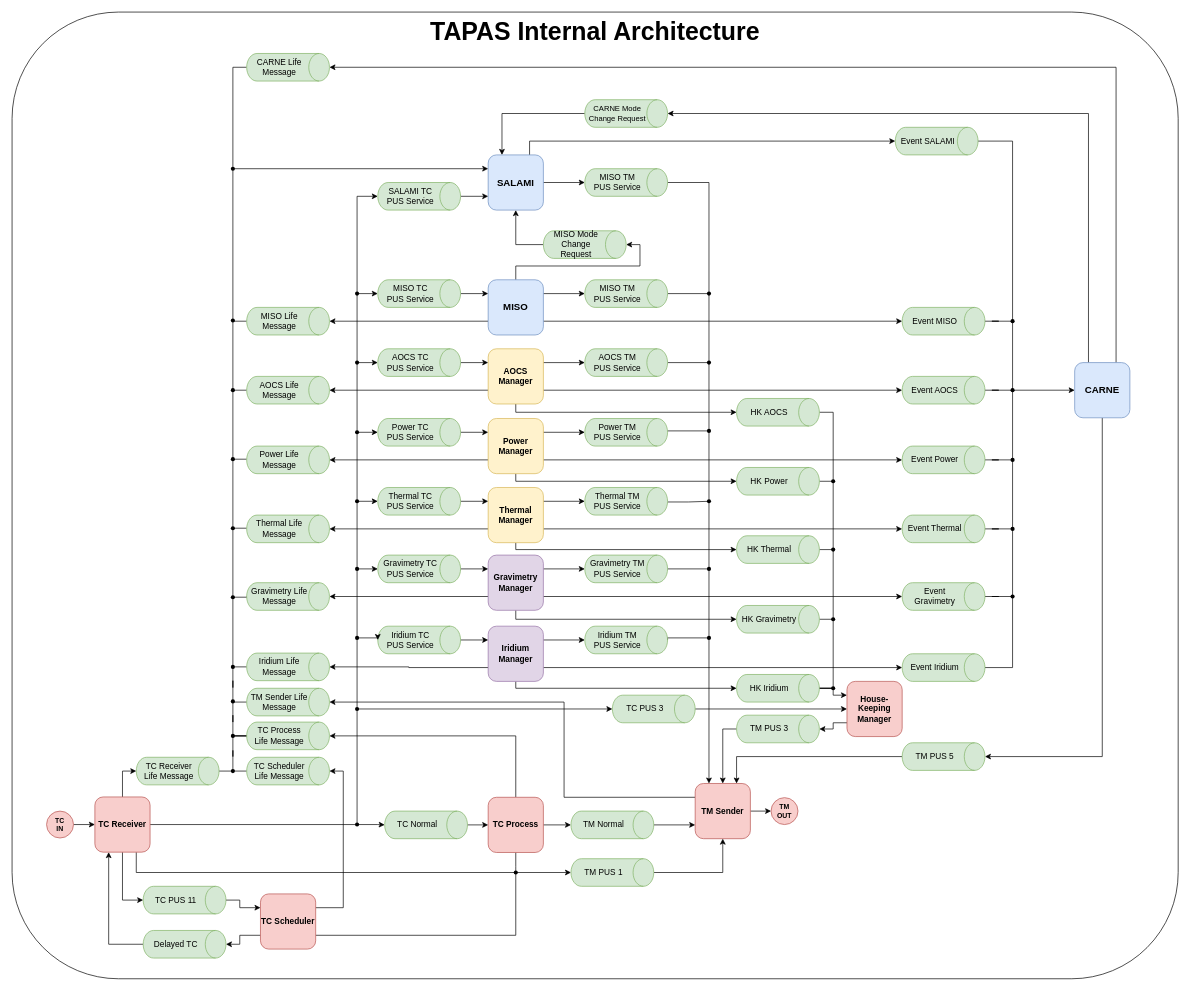
TOLOSAT/flight-software keeps this draw.io diagram as doc/images/Internal_Architecture_Graph.drawio. Above is the earlier version. Source tidied: cells renumbered, new cells numbered last; positions are measured from the earlier drawing's top-left corner, leaving out a move shared by most shapes. Both pictures are drawn from the tidied source at 69%, with x=0, y=0 at pixel (12, 12).
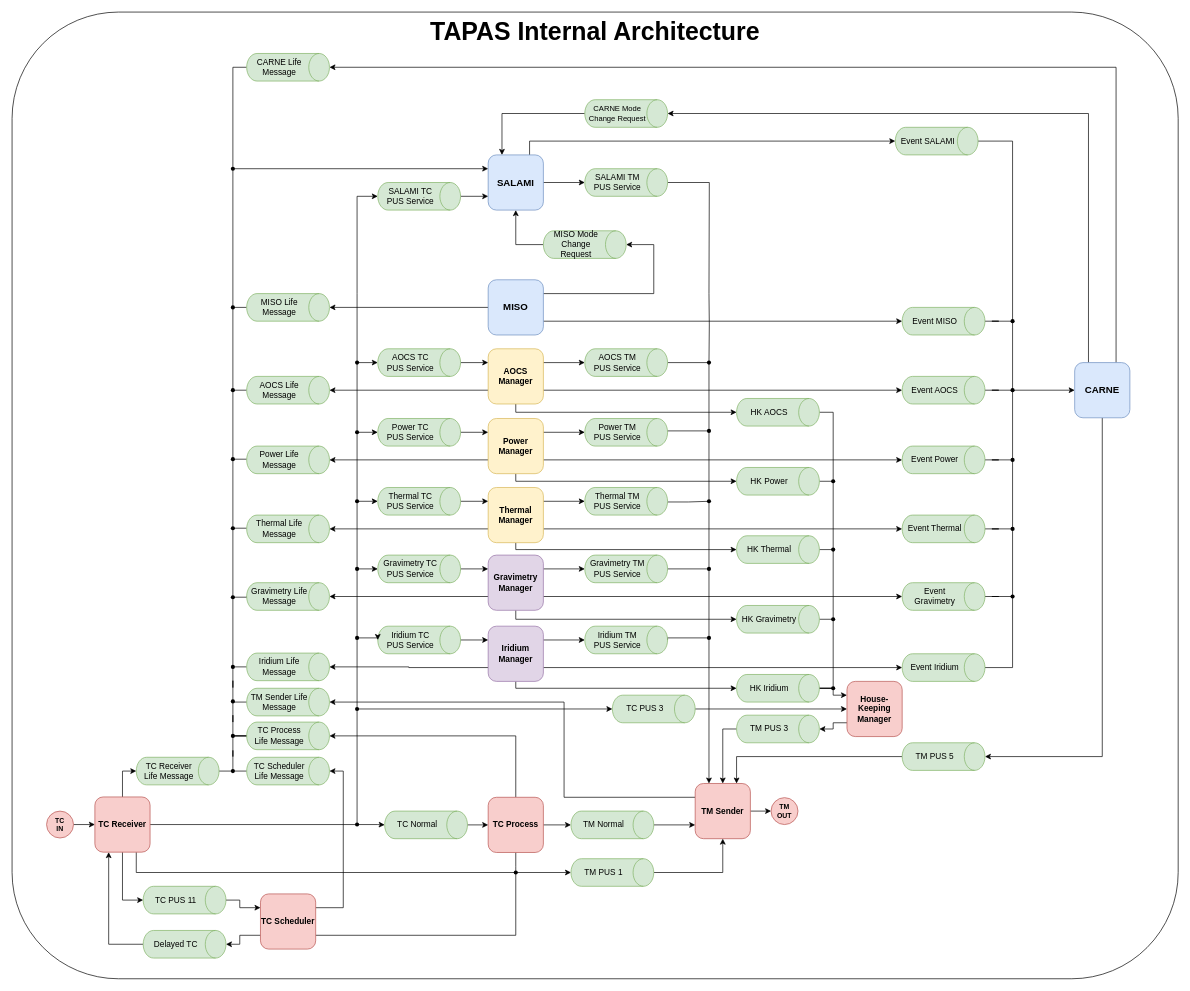
Above is the later version.

The change refers to these unchanged cells:
```xml
<mxCell id="35" value="&lt;b&gt;&lt;font style=&quot;font-size: 14px;&quot;&gt;MISO&lt;/font&gt;&lt;/b&gt;" style="rounded=1;whiteSpace=wrap;html=1;fillColor=#dae8fc;strokeColor=#6c8ebf;" parent="1" vertex="1">
  <mxGeometry x="690" y="388" width="80" height="80" as="geometry" />
</mxCell>
<mxCell id="112" style="shape=waypoint;sketch=0;size=6;points=[];fillColor=none;perimeter=centerPerimeter;snapToPoint=1;" parent="1" vertex="1">
  <mxGeometry x="490" y="498" width="20" height="20" as="geometry" />
</mxCell>
<mxCell id="128" style="shape=waypoint;sketch=0;size=6;points=[];fillColor=none;perimeter=centerPerimeter;snapToPoint=1;" parent="1" vertex="1">
  <mxGeometry x="1000" y="498" width="20" height="20" as="geometry" />
</mxCell>
<mxCell id="159" value="SALAMI TC&lt;br&gt;PUS Service" style="shape=cylinder3;whiteSpace=wrap;html=1;boundedLbl=1;backgroundOutline=1;size=15;direction=south;fillColor=#d5e8d4;strokeColor=#82b366;" parent="1" vertex="1">
  <mxGeometry x="530" y="247" width="120" height="40" as="geometry" />
</mxCell>
<mxCell id="168" value="MISO Mode Change Request" style="shape=cylinder3;whiteSpace=wrap;html=1;boundedLbl=1;backgroundOutline=1;size=15;direction=south;fillColor=#d5e8d4;strokeColor=#82b366;" parent="1" vertex="1">
  <mxGeometry x="770" y="317" width="120" height="40" as="geometry" />
</mxCell>
```

The edit, as a diff of the source:
```diff
@@
-    <mxCell id="31" style="edgeStyle=orthogonalEdgeStyle;rounded=0;jettySize=auto;html=1;exitX=1;exitY=0.25;exitDx=0;exitDy=0;entryX=0.5;entryY=1;entryDx=0;entryDy=0;entryPerimeter=0;" parent="1" edge="1" source="35" target="82">
-      <mxGeometry relative="1" as="geometry" />
-    </mxCell>
-    <mxCell id="32" style="edgeStyle=orthogonalEdgeStyle;rounded=0;jettySize=auto;html=1;exitX=0;exitY=0.75;exitDx=0;exitDy=0;entryX=0.5;entryY=0;entryDx=0;entryDy=0;entryPerimeter=0;" parent="1" edge="1" source="35" target="155">
+    <mxCell id="32" style="edgeStyle=orthogonalEdgeStyle;rounded=0;jettySize=auto;html=1;exitX=0;exitY=0.5;exitDx=0;exitDy=0;entryX=0.5;entryY=0;entryDx=0;entryDy=0;entryPerimeter=0;" parent="1" edge="1" source="35" target="155">
       <mxGeometry relative="1" as="geometry" />
     </mxCell>
@@
-    <mxCell id="34" style="edgeStyle=orthogonalEdgeStyle;rounded=0;jettySize=auto;html=1;exitX=0.5;exitY=0;exitDx=0;exitDy=0;entryX=0.5;entryY=0;entryDx=0;entryDy=0;entryPerimeter=0;" parent="1" edge="1" source="35" target="168">
+    <mxCell id="34" style="edgeStyle=orthogonalEdgeStyle;rounded=0;jettySize=auto;html=1;exitX=1;exitY=0.25;exitDx=0;exitDy=0;entryX=0.5;entryY=0;entryDx=0;entryDy=0;entryPerimeter=0;" parent="1" edge="1" source="35" target="168">
       <mxGeometry relative="1" as="geometry">
         <Array as="points">
-          <mxPoint x="730" y="368" />
-          <mxPoint x="910" y="368" />
-          <mxPoint x="910" y="337" />
+          <mxPoint x="930" y="408" />
+          <mxPoint x="930" y="337" />
         </Array>
       </mxGeometry>
     </mxCell>
@@
-    <mxCell id="81" style="edgeStyle=orthogonalEdgeStyle;rounded=0;jettySize=auto;html=1;entryX=0.058;entryY=0.375;entryDx=0;entryDy=0;entryPerimeter=0;endArrow=none;endFill=0;" parent="1" edge="1" source="82" target="164">
-      <mxGeometry relative="1" as="geometry" />
-    </mxCell>
-    <mxCell id="82" value="MISO TM &lt;br&gt;PUS Service" style="shape=cylinder3;whiteSpace=wrap;html=1;boundedLbl=1;backgroundOutline=1;size=15;direction=south;fillColor=#d5e8d4;strokeColor=#82b366;" parent="1" vertex="1">
-      <mxGeometry x="830" y="388" width="120" height="40" as="geometry" />
-    </mxCell>
-    <mxCell id="83" style="edgeStyle=orthogonalEdgeStyle;rounded=0;jettySize=auto;html=1;exitX=0.5;exitY=0;exitDx=0;exitDy=0;exitPerimeter=0;entryX=0;entryY=0.25;entryDx=0;entryDy=0;" parent="1" edge="1" source="84" target="35">
-      <mxGeometry relative="1" as="geometry" />
-    </mxCell>
-    <mxCell id="84" value="MISO TC&lt;br&gt;PUS Service" style="shape=cylinder3;whiteSpace=wrap;html=1;boundedLbl=1;backgroundOutline=1;size=15;direction=south;fillColor=#d5e8d4;strokeColor=#82b366;" parent="1" vertex="1">
-      <mxGeometry x="530" y="388" width="120" height="40" as="geometry" />
-    </mxCell>
@@
-    <mxCell id="111" style="edgeStyle=orthogonalEdgeStyle;rounded=0;jettySize=auto;html=1;entryX=0.642;entryY=0.833;entryDx=0;entryDy=0;entryPerimeter=0;endArrow=none;endFill=0;" parent="1" edge="1" source="112" target="162">
-      <mxGeometry relative="1" as="geometry" />
+    <mxCell id="111" style="edgeStyle=orthogonalEdgeStyle;rounded=0;jettySize=auto;html=1;entryX=0.642;entryY=0.833;entryDx=0;entryDy=0;entryPerimeter=0;endArrow=none;endFill=0;" parent="1" edge="1" source="112">
+      <mxGeometry relative="1" as="geometry">
+        <mxPoint x="500" y="408" as="targetPoint" />
+      </mxGeometry>
     </mxCell>
@@
     <mxCell id="155" value="MISO Life Message" style="shape=cylinder3;whiteSpace=wrap;html=1;boundedLbl=1;backgroundOutline=1;size=15;direction=south;fillColor=#d5e8d4;strokeColor=#82b366;" parent="1" vertex="1">
-      <mxGeometry x="340" y="428" width="120" height="40" as="geometry" />
+      <mxGeometry x="340" y="408" width="120" height="40" as="geometry" />
     </mxCell>
@@
     <mxCell id="157" style="shape=waypoint;sketch=0;size=6;points=[];fillColor=none;perimeter=centerPerimeter;snapToPoint=1;" parent="1" vertex="1">
-      <mxGeometry x="310" y="437" width="20" height="20" as="geometry" />
+      <mxGeometry x="310" y="418" width="20" height="20" as="geometry" />
     </mxCell>
@@
-    <mxCell id="160" style="edgeStyle=orthogonalEdgeStyle;rounded=0;jettySize=auto;html=1;entryX=0.5;entryY=1;entryDx=0;entryDy=0;entryPerimeter=0;" parent="1" edge="1" source="162" target="84">
-      <mxGeometry relative="1" as="geometry" />
-    </mxCell>
-    <mxCell id="161" style="edgeStyle=orthogonalEdgeStyle;rounded=0;jettySize=auto;html=1;entryX=0.5;entryY=1;entryDx=0;entryDy=0;entryPerimeter=0;" parent="1" edge="1" source="162" target="159">
+    <mxCell id="161" style="edgeStyle=orthogonalEdgeStyle;rounded=0;jettySize=auto;html=1;entryX=0.5;entryY=1;entryDx=0;entryDy=0;entryPerimeter=0;" parent="1" edge="1" target="159">
       <mxGeometry relative="1" as="geometry">
+        <mxPoint x="500" y="408" as="sourcePoint" />
         <Array as="points">
           <mxPoint x="500" y="267" />
         </Array>
       </mxGeometry>
     </mxCell>
-    <mxCell id="162" style="shape=waypoint;sketch=0;size=6;points=[];fillColor=none;perimeter=centerPerimeter;snapToPoint=1;" parent="1" vertex="1">
-      <mxGeometry x="490" y="398" width="20" height="20" as="geometry" />
-    </mxCell>
-    <mxCell id="163" style="edgeStyle=orthogonalEdgeStyle;rounded=0;jettySize=auto;html=1;entryX=0.933;entryY=0.492;entryDx=0;entryDy=0;entryPerimeter=0;endArrow=none;endFill=0;" parent="1" edge="1" source="164" target="128">
-      <mxGeometry relative="1" as="geometry" />
+    <mxCell id="163" style="edgeStyle=orthogonalEdgeStyle;rounded=0;jettySize=auto;html=1;entryX=0.933;entryY=0.492;entryDx=0;entryDy=0;entryPerimeter=0;endArrow=none;endFill=0;" parent="1" edge="1" target="128">
+      <mxGeometry relative="1" as="geometry">
+        <mxPoint x="1010" y="408" as="sourcePoint" />
+      </mxGeometry>
     </mxCell>
-    <mxCell id="164" style="shape=waypoint;sketch=0;size=6;points=[];fillColor=none;perimeter=centerPerimeter;snapToPoint=1;" parent="1" vertex="1">
-      <mxGeometry x="1000" y="398" width="20" height="20" as="geometry" />
-    </mxCell>
-    <mxCell id="165" style="edgeStyle=orthogonalEdgeStyle;rounded=0;jettySize=auto;html=1;entryX=0.767;entryY=0.208;entryDx=0;entryDy=0;entryPerimeter=0;endArrow=none;endFill=0;" parent="1" edge="1" source="166" target="164">
-      <mxGeometry relative="1" as="geometry" />
+    <mxCell id="165" style="edgeStyle=orthogonalEdgeStyle;rounded=0;jettySize=auto;html=1;entryX=0.767;entryY=0.208;entryDx=0;entryDy=0;entryPerimeter=0;endArrow=none;endFill=0;" parent="1" edge="1" source="166">
+      <mxGeometry relative="1" as="geometry">
+        <mxPoint x="1010" y="408" as="targetPoint" />
+      </mxGeometry>
     </mxCell>
-    <mxCell id="166" value="MISO TM &lt;br&gt;PUS Service" style="shape=cylinder3;whiteSpace=wrap;html=1;boundedLbl=1;backgroundOutline=1;size=15;direction=south;fillColor=#d5e8d4;strokeColor=#82b366;" parent="1" vertex="1">
+    <mxCell id="166" value="SALAMI TM &lt;br&gt;PUS Service" style="shape=cylinder3;whiteSpace=wrap;html=1;boundedLbl=1;backgroundOutline=1;size=15;direction=south;fillColor=#d5e8d4;strokeColor=#82b366;" parent="1" vertex="1">
       <mxGeometry x="830" y="227" width="120" height="40" as="geometry" />
     </mxCell>
```
